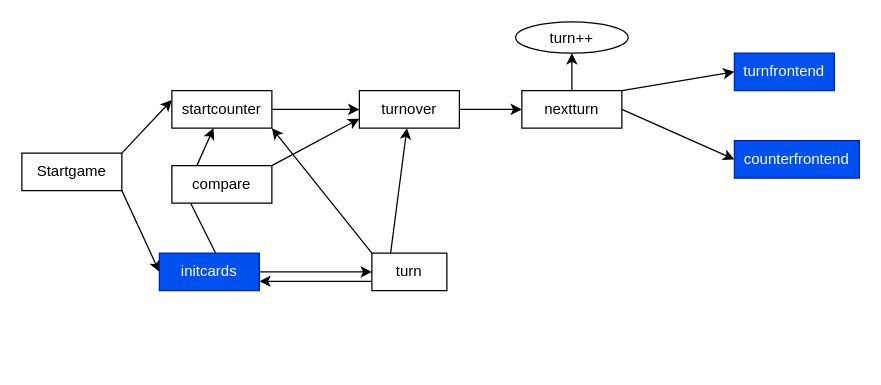
aPelCinc/aPelCinc keeps this draw.io diagram as diagrama_clases.dio. Above is the earlier version. Source tidied: cells renumbered, new cells numbered last; positions are measured from the earlier drawing's top-left corner, leaving out a move shared by most shapes. Both pictures are drawn from the tidied source at 125%, with x=0, y=0 at pixel (21, 21).
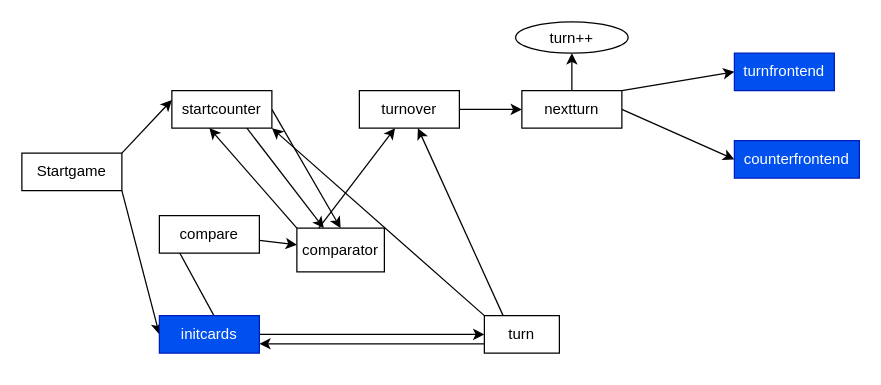
Above is the later version.

Commit message (it also covers changes not shown here):
turns, timers and auto turn fully fixed

Unchanged cells that the change refers to:
```xml
<mxCell id="6" value="startcounter" style="rounded=0;whiteSpace=wrap;html=1;" parent="1" vertex="1">
  <mxGeometry x="120" y="55" width="80" height="30" as="geometry" />
</mxCell>
<mxCell id="8" value="turnover" style="rounded=0;whiteSpace=wrap;html=1;" parent="1" vertex="1">
  <mxGeometry x="270" y="55" width="80" height="30" as="geometry" />
</mxCell>
```

The edit, as a diff of the source:
```diff
@@
-    <mxCell id="5" style="edgeStyle=none;html=1;exitX=1;exitY=0.5;exitDx=0;exitDy=0;entryX=0;entryY=0.5;entryDx=0;entryDy=0;" parent="1" edge="1" source="6" target="8">
+    <mxCell id="5" style="edgeStyle=none;html=1;exitX=1;exitY=0.5;exitDx=0;exitDy=0;entryX=0.5;entryY=0;entryDx=0;entryDy=0;" parent="1" edge="1" source="6" target="30">
       <mxGeometry relative="1" as="geometry" />
     </mxCell>
+    <mxCell id="26" style="edgeStyle=none;html=1;exitX=0.75;exitY=1;exitDx=0;exitDy=0;" parent="1" edge="1" source="6" target="30">
+      <mxGeometry relative="1" as="geometry" />
+    </mxCell>
@@
     <mxCell id="18" value="turn" style="rounded=0;whiteSpace=wrap;html=1;" parent="1" vertex="1">
-      <mxGeometry x="280" y="185" width="60" height="30" as="geometry" />
+      <mxGeometry x="370" y="235" width="60" height="30" as="geometry" />
     </mxCell>
@@
     <mxCell id="21" value="initcards" style="rounded=0;whiteSpace=wrap;html=1;fillColor=#0050ef;fontColor=#ffffff;strokeColor=#001DBC;" parent="1" vertex="1">
-      <mxGeometry x="110" y="185" width="80" height="30" as="geometry" />
+      <mxGeometry x="110" y="235" width="80" height="30" as="geometry" />
     </mxCell>
@@
-    <mxCell id="23" style="edgeStyle=none;html=1;exitX=1;exitY=0;exitDx=0;exitDy=0;entryX=0;entryY=0.75;entryDx=0;entryDy=0;" parent="1" edge="1" source="25" target="8">
-      <mxGeometry relative="1" as="geometry" />
-    </mxCell>
-    <mxCell id="24" style="edgeStyle=none;html=1;exitX=0.25;exitY=0;exitDx=0;exitDy=0;" parent="1" edge="1" source="25" target="6">
-      <mxGeometry relative="1" as="geometry" />
-    </mxCell>
+    <mxCell id="27" style="edgeStyle=none;html=1;" parent="1" edge="1" source="25" target="30">
+      <mxGeometry relative="1" as="geometry" />
+    </mxCell>
     <mxCell id="25" value="compare" style="rounded=0;whiteSpace=wrap;html=1;" parent="1" vertex="1">
-      <mxGeometry x="120" y="115" width="80" height="30" as="geometry" />
+      <mxGeometry x="110" y="155" width="80" height="30" as="geometry" />
     </mxCell>
+    <mxCell id="28" style="edgeStyle=none;html=1;exitX=0;exitY=0;exitDx=0;exitDy=0;" parent="1" edge="1" source="30">
+      <mxGeometry relative="1" as="geometry">
+        <mxPoint x="150" y="85" as="targetPoint" />
+      </mxGeometry>
+    </mxCell>
+    <mxCell id="29" style="edgeStyle=none;html=1;exitX=0.25;exitY=0;exitDx=0;exitDy=0;" parent="1" edge="1" source="30" target="8">
+      <mxGeometry relative="1" as="geometry" />
+    </mxCell>
+    <mxCell id="30" value="comparator" style="whiteSpace=wrap;html=1;rounded=0;" parent="1" vertex="1">
+      <mxGeometry x="220" y="165" width="70" height="35" as="geometry" />
+    </mxCell>
```
